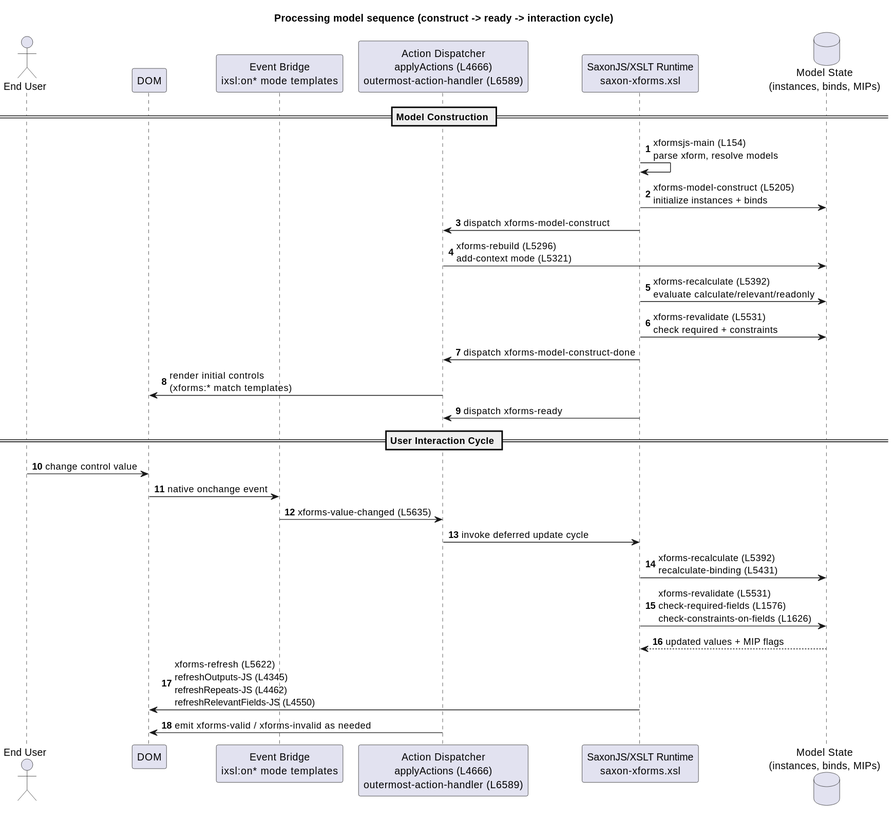
Above: docs/docbook/diagrams/sequence-processing-cycle.svg in JDziurlaj/Saxon-Forms (PlantUML), before the change. Source of this version:
```plantuml
@startuml
title Processing model sequence (construct -> ready -> interaction cycle)
autonumber

actor "End User" as USER
participant "DOM" as DOM
participant "Event Bridge\nixsl:on* mode templates" as BRIDGE
participant "Action Dispatcher\napplyActions (L4666)\noutermost-action-handler (L6589)" as ACTIONS
participant "SaxonJS/XSLT Runtime\nsaxon-xforms.xsl" as RUNTIME
database "Model State\n(instances, binds, MIPs)" as MODEL

== Model Construction ==
RUNTIME -> RUNTIME : xformsjs-main (L154)\nparse xform, resolve models
RUNTIME -> MODEL : xforms-model-construct (L5205)\ninitialize instances + binds
RUNTIME -> ACTIONS : dispatch xforms-model-construct
ACTIONS -> MODEL : xforms-rebuild (L5296)\nadd-context mode (L5321)
RUNTIME -> MODEL : xforms-recalculate (L5392)\nevaluate calculate/relevant/readonly
RUNTIME -> MODEL : xforms-revalidate (L5531)\ncheck required + constraints
RUNTIME -> ACTIONS : dispatch xforms-model-construct-done
ACTIONS -> DOM : render initial controls\n(xforms:* match templates)
RUNTIME -> ACTIONS : dispatch xforms-ready

== User Interaction Cycle ==
USER -> DOM : change control value
DOM -> BRIDGE : native onchange event
BRIDGE -> ACTIONS : xforms-value-changed (L5635)
ACTIONS -> RUNTIME : invoke deferred update cycle
RUNTIME -> MODEL : xforms-recalculate (L5392)\nrecalculate-binding (L5431)
RUNTIME -> MODEL : xforms-revalidate (L5531)\ncheck-required-fields (L1576)\ncheck-constraints-on-fields (L1626)
MODEL --> RUNTIME : updated values + MIP flags
RUNTIME -> DOM : xforms-refresh (L5622)\nrefreshOutputs-JS (L4345)\nrefreshRepeats-JS (L4462)\nrefreshRelevantFields-JS (L4550)
ACTIONS -> DOM : emit xforms-valid / xforms-invalid as needed
@enduml
```
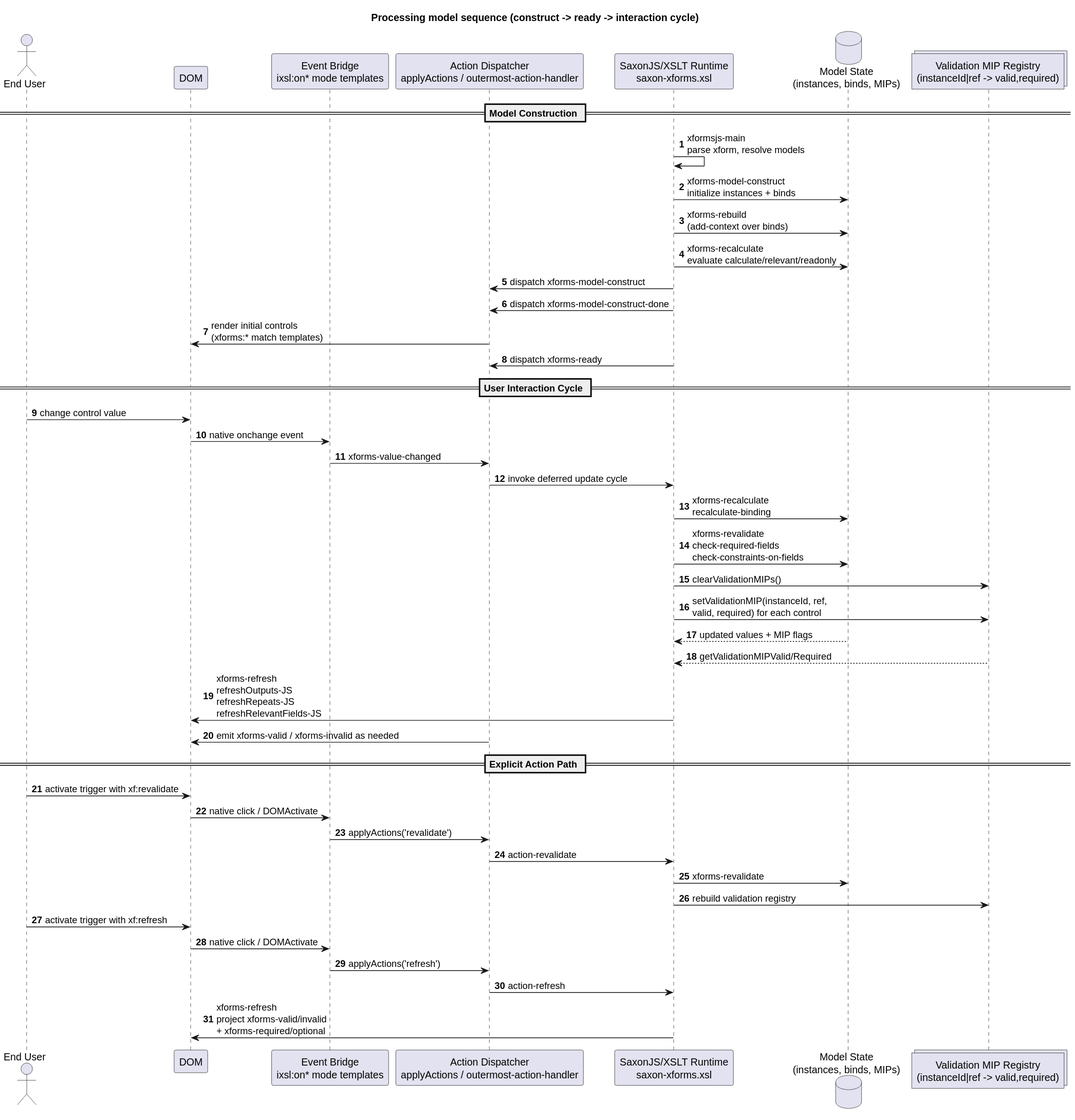
The same diagram one commit later.

The edit, as a diff of the source:
```diff
@@ -5,17 +5,17 @@
 actor "End User" as USER
 participant "DOM" as DOM
 participant "Event Bridge\nixsl:on* mode templates" as BRIDGE
-participant "Action Dispatcher\napplyActions (L4666)\noutermost-action-handler (L6589)" as ACTIONS
+participant "Action Dispatcher\napplyActions / outermost-action-handler" as ACTIONS
 participant "SaxonJS/XSLT Runtime\nsaxon-xforms.xsl" as RUNTIME
 database "Model State\n(instances, binds, MIPs)" as MODEL
+collections "Validation MIP Registry\n(instanceId|ref -> valid,required)" as VMIP
 
 == Model Construction ==
-RUNTIME -> RUNTIME : xformsjs-main (L154)\nparse xform, resolve models
-RUNTIME -> MODEL : xforms-model-construct (L5205)\ninitialize instances + binds
+RUNTIME -> RUNTIME : xformsjs-main\nparse xform, resolve models
+RUNTIME -> MODEL : xforms-model-construct\ninitialize instances + binds
+RUNTIME -> MODEL : xforms-rebuild\n(add-context over binds)
+RUNTIME -> MODEL : xforms-recalculate\nevaluate calculate/relevant/readonly
 RUNTIME -> ACTIONS : dispatch xforms-model-construct
-ACTIONS -> MODEL : xforms-rebuild (L5296)\nadd-context mode (L5321)
-RUNTIME -> MODEL : xforms-recalculate (L5392)\nevaluate calculate/relevant/readonly
-RUNTIME -> MODEL : xforms-revalidate (L5531)\ncheck required + constraints
 RUNTIME -> ACTIONS : dispatch xforms-model-construct-done
 ACTIONS -> DOM : render initial controls\n(xforms:* match templates)
 RUNTIME -> ACTIONS : dispatch xforms-ready
@@ -23,11 +23,26 @@
 == User Interaction Cycle ==
 USER -> DOM : change control value
 DOM -> BRIDGE : native onchange event
-BRIDGE -> ACTIONS : xforms-value-changed (L5635)
+BRIDGE -> ACTIONS : xforms-value-changed
 ACTIONS -> RUNTIME : invoke deferred update cycle
-RUNTIME -> MODEL : xforms-recalculate (L5392)\nrecalculate-binding (L5431)
-RUNTIME -> MODEL : xforms-revalidate (L5531)\ncheck-required-fields (L1576)\ncheck-constraints-on-fields (L1626)
+RUNTIME -> MODEL : xforms-recalculate\nrecalculate-binding
+RUNTIME -> MODEL : xforms-revalidate\ncheck-required-fields\ncheck-constraints-on-fields
+RUNTIME -> VMIP : clearValidationMIPs()
+RUNTIME -> VMIP : setValidationMIP(instanceId, ref,\nvalid, required) for each control
 MODEL --> RUNTIME : updated values + MIP flags
-RUNTIME -> DOM : xforms-refresh (L5622)\nrefreshOutputs-JS (L4345)\nrefreshRepeats-JS (L4462)\nrefreshRelevantFields-JS (L4550)
+VMIP --> RUNTIME : getValidationMIPValid/Required
+RUNTIME -> DOM : xforms-refresh\nrefreshOutputs-JS\nrefreshRepeats-JS\nrefreshRelevantFields-JS
 ACTIONS -> DOM : emit xforms-valid / xforms-invalid as needed
+== Explicit Action Path ==
+USER -> DOM : activate trigger with xf:revalidate
+DOM -> BRIDGE : native click / DOMActivate
+BRIDGE -> ACTIONS : applyActions('revalidate')
+ACTIONS -> RUNTIME : action-revalidate
+RUNTIME -> MODEL : xforms-revalidate
+RUNTIME -> VMIP : rebuild validation registry
+USER -> DOM : activate trigger with xf:refresh
+DOM -> BRIDGE : native click / DOMActivate
+BRIDGE -> ACTIONS : applyActions('refresh')
+ACTIONS -> RUNTIME : action-refresh
+RUNTIME -> DOM : xforms-refresh\nproject xforms-valid/invalid\n+ xforms-required/optional
 @enduml
```
